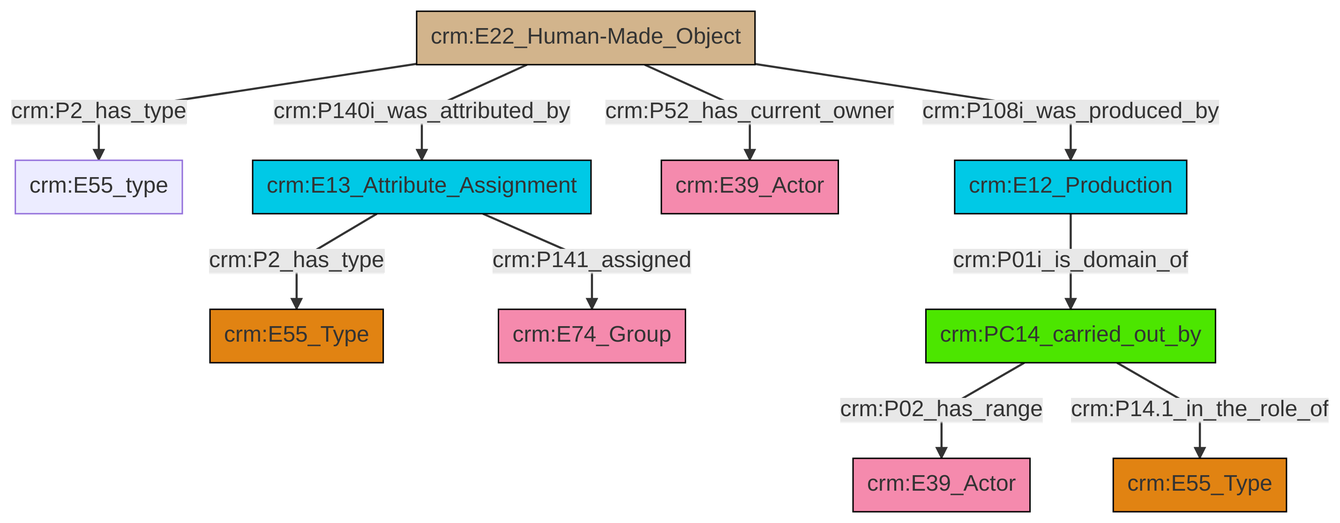
Above: et/builtWorkCSV/ttl/mmd/png/Built_Work_actor_relations.png in swiss-art-research-net/reference-data-models (Mermaid), before the change. Its source is kept beside it as et/builtWorkCSV/ttl/mmd/Built_Work_actor_relations.ttl.mmd.
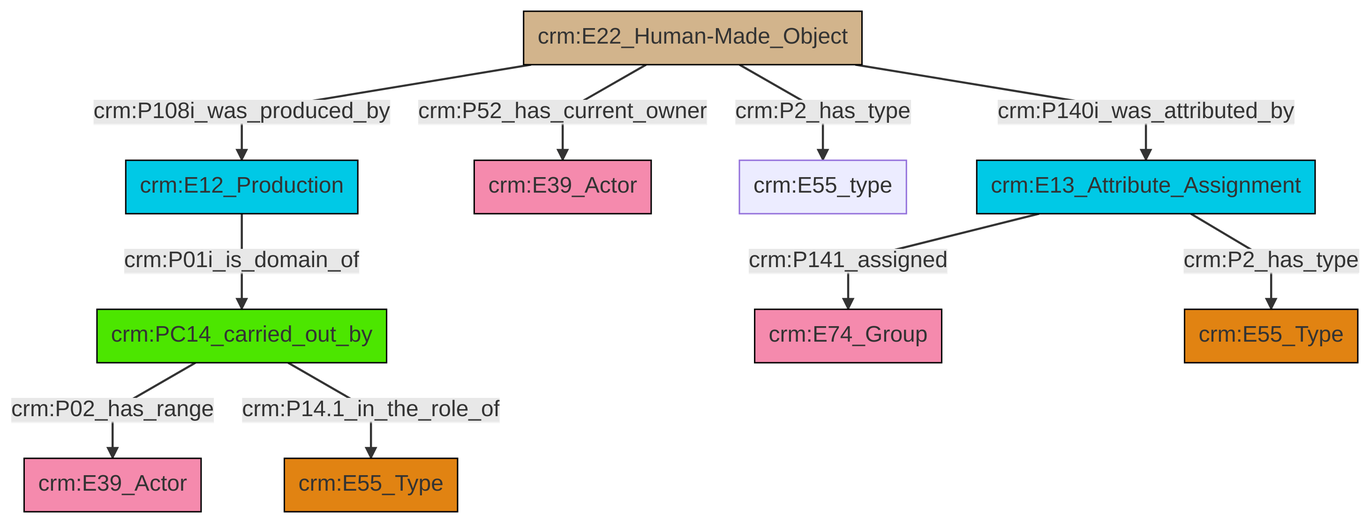
After the change.

The edit, as a diff of the source:
```diff
@@ -13,12 +13,12 @@
 classDef PC_Classes fill:#4ce600, stroke:#000000;
 classDef Multi fill:#cccccc,stroke:#000000;
 
-0["crm:E22_Human-Made_Object"]:::Physical_Thing -->|crm:P2_has_type| 1["crm:E55_type"]:::Default
-4["crm:PC14_carried_out_by"]:::PC_Classes -->|crm:P02_has_range| 6["crm:E39_Actor"]:::Actor
-0["crm:E22_Human-Made_Object"]:::Physical_Thing -->|crm:P140i_was_attributed_by| 9["crm:E13_Attribute_Assignment"]:::Temporal_Entity
-10["crm:E12_Production"]:::Temporal_Entity -->|crm:P01i_is_domain_of| 4["crm:PC14_carried_out_by"]:::PC_Classes
-0["crm:E22_Human-Made_Object"]:::Physical_Thing -->|crm:P52_has_current_owner| 7["crm:E39_Actor"]:::Actor
-0["crm:E22_Human-Made_Object"]:::Physical_Thing -->|crm:P108i_was_produced_by| 10["crm:E12_Production"]:::Temporal_Entity
-9["crm:E13_Attribute_Assignment"]:::Temporal_Entity -->|crm:P2_has_type| 15["crm:E55_Type"]:::Type
-4["crm:PC14_carried_out_by"]:::PC_Classes -->|crm:P14.1_in_the_role_of| 19["crm:E55_Type"]:::Type
-9["crm:E13_Attribute_Assignment"]:::Temporal_Entity -->|crm:P141_assigned| 2["crm:E74_Group"]:::Actor
+2["crm:E13_Attribute_Assignment"]:::Temporal_Entity -->|crm:P141_assigned| 3["crm:E74_Group"]:::Actor
+4["crm:E12_Production"]:::Temporal_Entity -->|crm:P01i_is_domain_of| 5["crm:PC14_carried_out_by"]:::PC_Classes
+5["crm:PC14_carried_out_by"]:::PC_Classes -->|crm:P02_has_range| 8["crm:E39_Actor"]:::Actor
+2["crm:E13_Attribute_Assignment"]:::Temporal_Entity -->|crm:P2_has_type| 6["crm:E55_Type"]:::Type
+9["crm:E22_Human-Made_Object"]:::Physical_Thing -->|crm:P108i_was_produced_by| 4["crm:E12_Production"]:::Temporal_Entity
+9["crm:E22_Human-Made_Object"]:::Physical_Thing -->|crm:P52_has_current_owner| 13["crm:E39_Actor"]:::Actor
+5["crm:PC14_carried_out_by"]:::PC_Classes -->|crm:P14.1_in_the_role_of| 15["crm:E55_Type"]:::Type
+9["crm:E22_Human-Made_Object"]:::Physical_Thing -->|crm:P2_has_type| 0["crm:E55_type"]:::Default
+9["crm:E22_Human-Made_Object"]:::Physical_Thing -->|crm:P140i_was_attributed_by| 2["crm:E13_Attribute_Assignment"]:::Temporal_Entity
```
